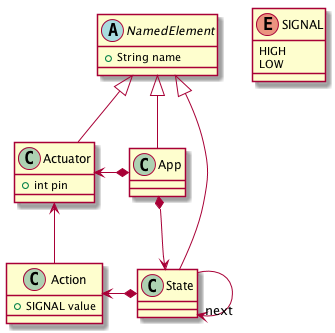
This is lab_1/_code/step4/model.png from mosser/sec-labs, a PlantUML export, as it was before one commit. Source of this version:
```plantuml
@startuml

abstract class NamedElement {
 + String name
}

class App {

}

class Actuator {
  + int pin
}

class State {

}

class Action {
  + SIGNAL value
}

enum SIGNAL {
    HIGH
    LOW
}


NamedElement <|-- App
NamedElement <|-- Actuator
NamedElement <|-- State

App *-down-> State
App *-left-> Actuator
State --> "next" State
State *-left-> Action
Action -up-> Actuator

@enduml
```
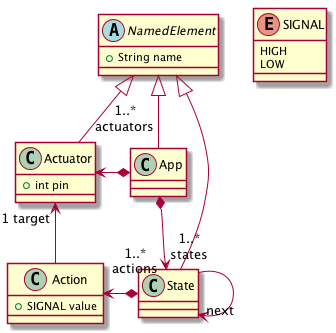
Later version of the same file.

What changed in the source:
```diff
@@ -4,17 +4,13 @@
  + String name
 }
 
-class App {
-
-}
+class App
 
 class Actuator {
   + int pin
 }
 
-class State {
-
-}
+class State
 
 class Action {
   + SIGNAL value
@@ -30,10 +26,10 @@
 NamedElement <|-- Actuator
 NamedElement <|-- State
 
-App *-down-> State
-App *-left-> Actuator
+App *-down-> "1..*\nstates" State
+App *-left-> "1..*\nactuators" Actuator
 State --> "next" State
-State *-left-> Action
-Action -up-> Actuator
+State *-left-> "1..*\nactions" Action
+Action -up-> "1 target" Actuator
 
 @enduml
```
